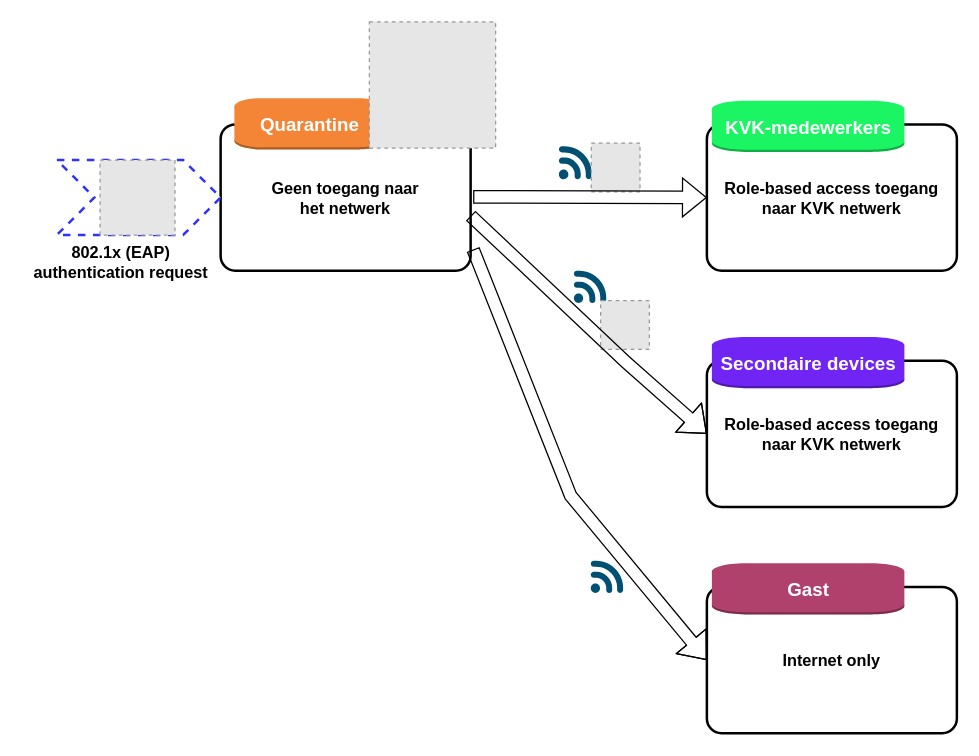
mhwwas/Terraform keeps this draw.io diagram as EAP-authentication.drawio. Above is the earlier version. Source tidied: cells renumbered, new cells numbered last; positions are measured from the earlier drawing's top-left corner, leaving out a move shared by most shapes. Both pictures are drawn from the tidied source at 125%, with x=0, y=0 at pixel (21, 21). Pictures stored in the file or linked from it are replaced by grey dashed boxes.
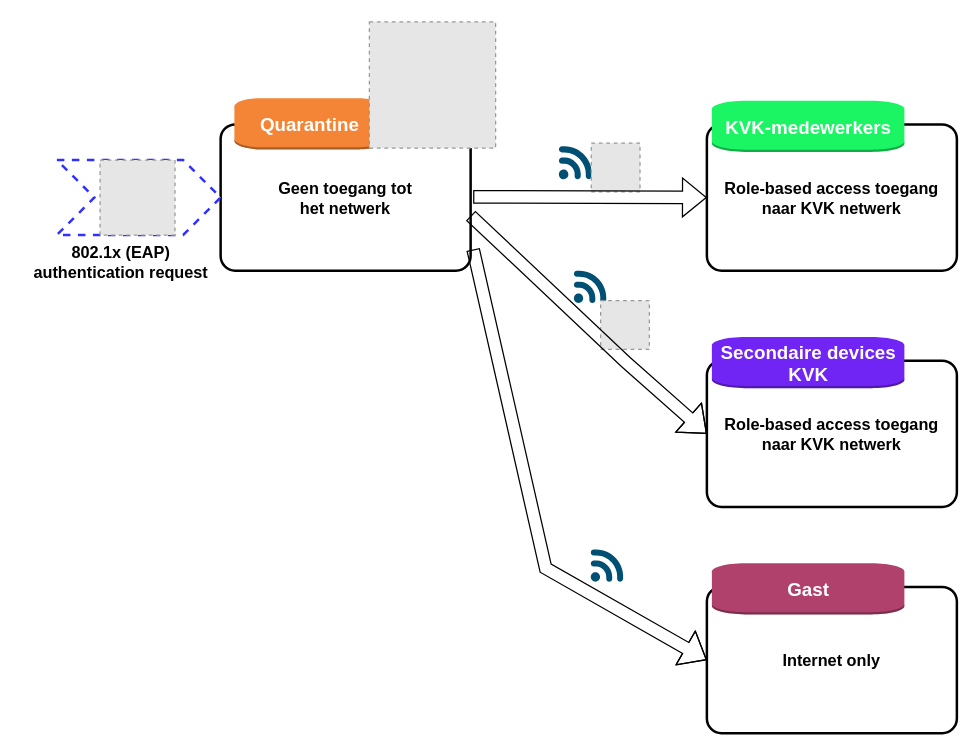
The same page after the edit.

Unchanged cells that the change refers to:
```xml
<mxCell id="11" style="group;" parent="1" vertex="1">
  <mxGeometry x="548" y="252" width="200" height="136" as="geometry" />
</mxCell>
<mxCell id="15" value="Internet only" style="rounded=1;arcSize=10;dashed=0;fillColor=none;gradientColor=none;strokeWidth=2;fontSize=13;fontStyle=1;" parent="14" vertex="1">
  <mxGeometry y="19" width="200" height="117" as="geometry" />
</mxCell>
```

Diff of the diagram source:
```diff
@@
-    <mxCell id="2" value="Geen toegang naar &#10;het netwerk" style="rounded=1;arcSize=10;dashed=0;fillColor=none;gradientColor=none;strokeWidth=2;fontSize=13;fontStyle=1;" parent="1" vertex="1">
+    <mxCell id="2" value="Geen toegang tot&#10;het netwerk" style="rounded=1;arcSize=10;dashed=0;fillColor=none;gradientColor=none;strokeWidth=2;fontSize=13;fontStyle=1;" parent="1" vertex="1">
       <mxGeometry x="159" y="82" width="200" height="117" as="geometry" />
     </mxCell>
@@
-    <mxCell id="13" value="&lt;font color=&quot;#ffffff&quot;&gt;&lt;span style=&quot;font-size: 15px;&quot;&gt;&lt;b&gt;Secondaire devices&lt;/b&gt;&lt;/span&gt;&lt;/font&gt;" style="dashed=0;html=1;shape=mxgraph.aws3.instance;fillColor=#7125F5;gradientColor=none;dashed=0;" parent="11" vertex="1">
+    <mxCell id="13" value="&lt;font color=&quot;#ffffff&quot;&gt;&lt;span style=&quot;font-size: 15px;&quot;&gt;&lt;b&gt;Secondaire devices&lt;br&gt;KVK&lt;br&gt;&lt;/b&gt;&lt;/span&gt;&lt;/font&gt;" style="dashed=0;html=1;shape=mxgraph.aws3.instance;fillColor=#7125F5;gradientColor=none;dashed=0;" parent="11" vertex="1">
       <mxGeometry x="4" width="154" height="41" as="geometry" />
     </mxCell>
@@
     <mxCell id="22" style="verticalLabelPosition=bottom;sketch=0;html=1;verticalAlign=top;align=center;shape=mxgraph.cisco19.3g_4g_indicator;fillColor=#005073;strokeColor=none;dashed=1;fontSize=13;fontColor=#000000;" parent="1" vertex="1">
-      <mxGeometry x="455" y="431" width="26" height="26" as="geometry" />
+      <mxGeometry x="455" y="422" width="26" height="26" as="geometry" />
     </mxCell>
@@
     <mxCell id="25" style="shape=flexArrow;endArrow=classic;html=1;rounded=0;fontSize=13;fontColor=#000000;entryX=0;entryY=0.5;entryDx=0;entryDy=0;exitX=1.01;exitY=0.855;exitDx=0;exitDy=0;exitPerimeter=0;" parent="1" edge="1" source="2" target="15">
       <mxGeometry relative="1" as="geometry">
         <Array as="points">
-          <mxPoint x="439" y="379" />
+          <mxPoint x="419" y="437" />
         </Array>
       </mxGeometry>
     </mxCell>
```
